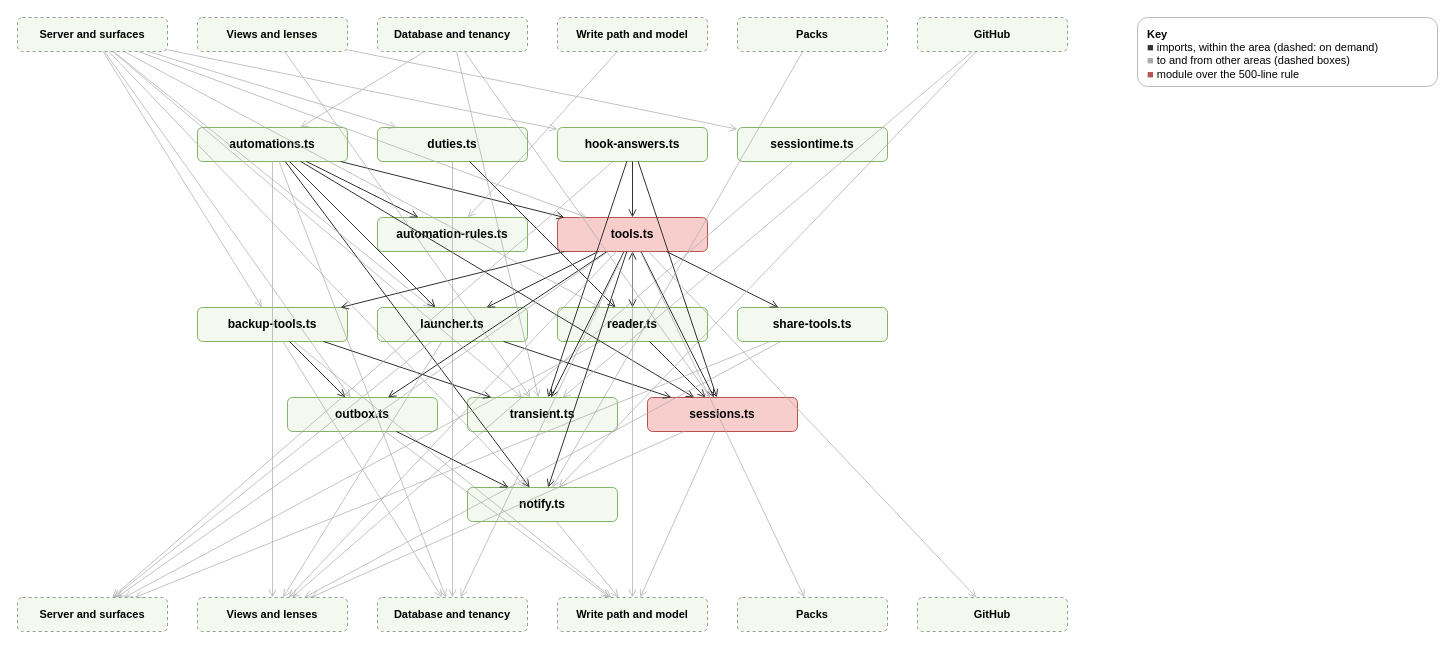
AlexReiner98/archipelago keeps this draw.io diagram as page "Server: Sessions and agents" (7 of 19) of docs/diagrams/modules.drawio. Above is the earlier version. Source tidied: cells renumbered, new cells numbered last; positions are measured from the earlier drawing's top-left corner, leaving out a move shared by most shapes. Both pictures are drawn from the tidied source at 100%, with x=0, y=0 at pixel (17, 17).
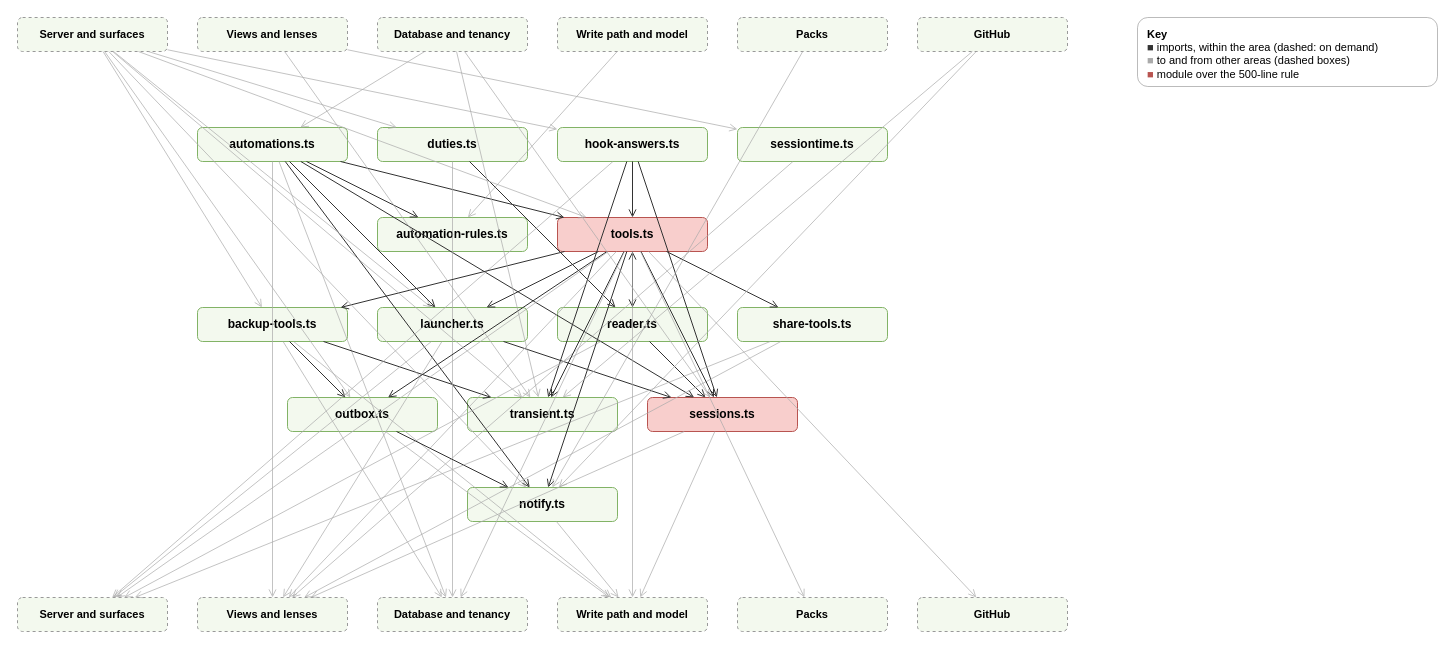
The same page after the edit.

Unchanged cells that the change refers to:
```xml
<mxCell id="2" value="&lt;b&gt;Server and surfaces&lt;/b&gt;" style="rounded=1;html=1;whiteSpace=wrap;dashed=1;fontSize=11;fillColor=#f3f9ee;strokeColor=#999999;" parent="1" vertex="1">
  <mxGeometry width="150" height="34" as="geometry" />
</mxCell>
<mxCell id="16" value="reader.ts" style="rounded=1;html=1;whiteSpace=wrap;fontSize=12;fontStyle=1;fillColor=#f3f9ee;strokeColor=#82b366;" parent="1" vertex="1">
  <mxGeometry x="540" y="290" width="150" height="34" as="geometry" />
</mxCell>
```

The edit, as a diff of the source:
```diff
@@
-    <mxCell id="80" style="html=1;endArrow=open;strokeColor=#aaaaaa;dashed=0;opacity=70;" parent="1" edge="1" source="2" target="16">
-      <mxGeometry relative="1" as="geometry" />
-    </mxCell>
```
